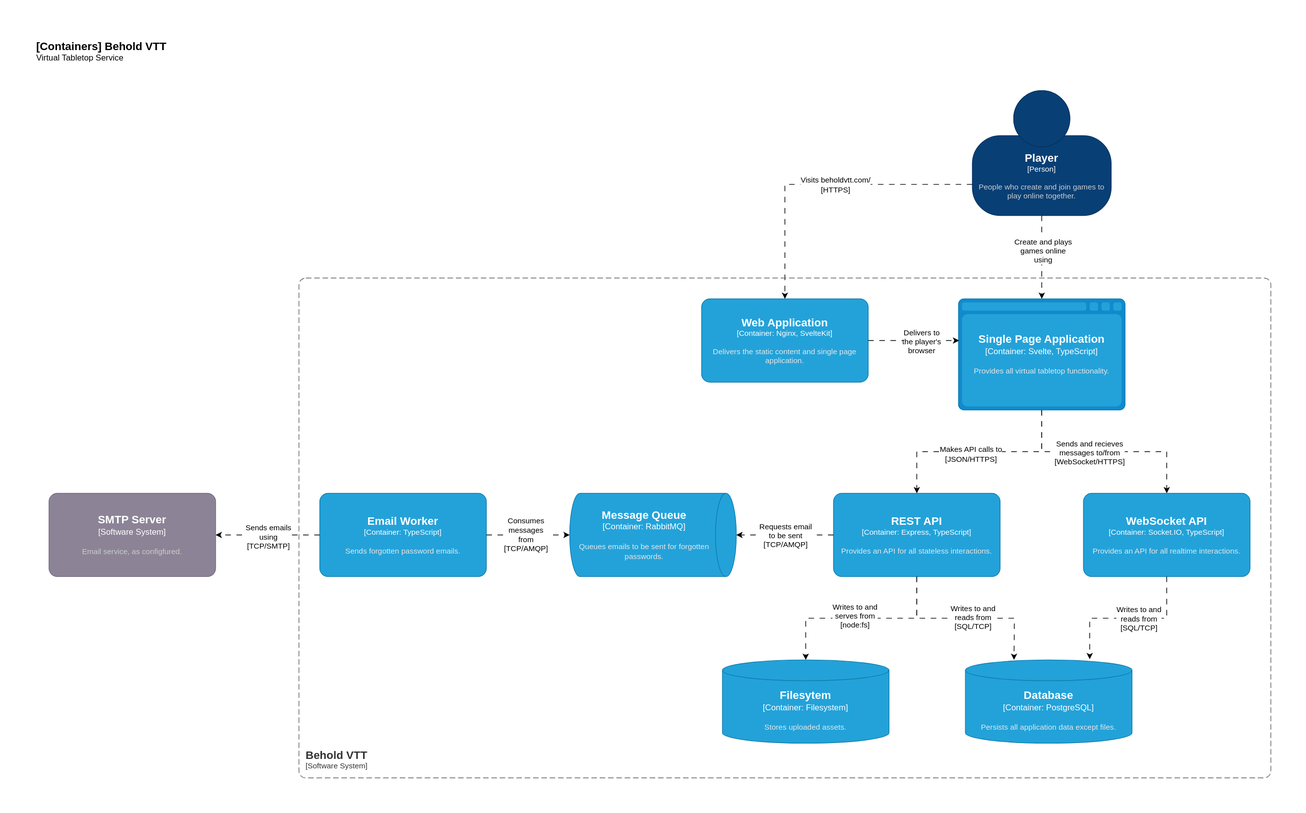
The draw.io diagram doc/images/c4-containers.drawio.svg in freeborough/behold, before a commit. Source tidied: cells renumbered, new cells last; positions are measured from the earlier drawing's top-left corner, leaving out a move shared by most shapes.
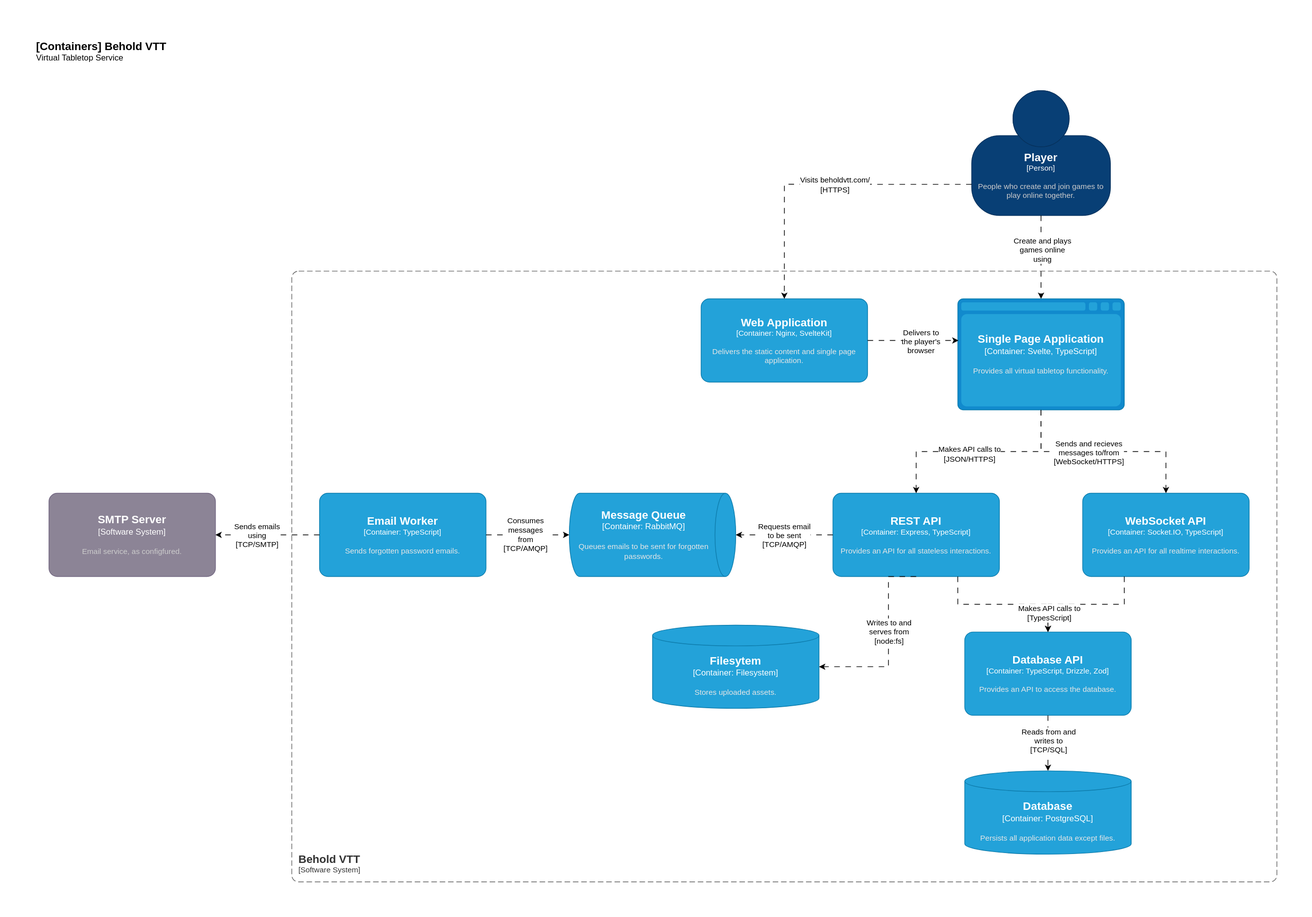
After the change.

Commit message:
Completed current versions of C4 Context, Container, and Components Diagrams.

Diff of the diagram source:
```diff
@@ -25,12 +25,12 @@
     </object>
     <object id="7" label="&lt;font style=&quot;font-size: 16px&quot;&gt;&lt;b&gt;%c4Name%&lt;/b&gt;&lt;/font&gt;&lt;div&gt;[%c4Type%:&amp;nbsp;%c4Technology%]&lt;/div&gt;&lt;br&gt;&lt;div&gt;&lt;font style=&quot;font-size: 11px&quot;&gt;&lt;font color=&quot;#E6E6E6&quot;&gt;%c4Description%&lt;/font&gt;&lt;/div&gt;" c4Description="Persists all application data except files." c4Name="Database" c4Technology="PostgreSQL" c4Type="Container" placeholders="1">
       <mxCell style="shape=cylinder3;size=15;whiteSpace=wrap;html=1;boundedLbl=1;rounded=0;labelBackgroundColor=none;fillColor=#23A2D9;fontSize=12;fontColor=#ffffff;align=center;strokeColor=#0E7DAD;points=[[0.5,0,0],[1,0.25,0],[1,0.5,0],[1,0.75,0],[0.5,1,0],[0,0.75,0],[0,0.5,0],[0,0.25,0]];" parent="1" vertex="1">
-        <mxGeometry x="1340" y="900" width="240" height="120" as="geometry" />
+        <mxGeometry x="1340" y="1060" width="240" height="120" as="geometry" />
       </mxCell>
     </object>
     <object id="8" label="&lt;font style=&quot;font-size: 16px&quot;&gt;&lt;b&gt;%c4Name%&lt;/b&gt;&lt;/font&gt;&lt;div&gt;[%c4Type%:&amp;nbsp;%c4Technology%]&lt;/div&gt;&lt;br&gt;&lt;div&gt;&lt;font style=&quot;font-size: 11px&quot;&gt;&lt;font color=&quot;#E6E6E6&quot;&gt;%c4Description%&lt;/font&gt;&lt;/div&gt;" c4Description="Stores uploaded assets." c4Name="Filesytem" c4Technology="Filesystem" c4Type="Container" placeholders="1">
       <mxCell style="shape=cylinder3;size=15;whiteSpace=wrap;html=1;boundedLbl=1;rounded=0;labelBackgroundColor=none;fillColor=#23A2D9;fontSize=12;fontColor=#ffffff;align=center;strokeColor=#0E7DAD;points=[[0.5,0,0],[1,0.25,0],[1,0.5,0],[1,0.75,0],[0.5,1,0],[0,0.75,0],[0,0.5,0],[0,0.25,0]];" parent="1" vertex="1">
-        <mxGeometry x="990" y="900" width="240" height="120" as="geometry" />
+        <mxGeometry x="890" y="850" width="240" height="120" as="geometry" />
       </mxCell>
     </object>
     <object id="9" label="&lt;font style=&quot;font-size: 16px&quot;&gt;&lt;b&gt;%c4Name%&lt;/b&gt;&lt;/font&gt;&lt;div&gt;[%c4Type%: %c4Technology%]&lt;/div&gt;&lt;br&gt;&lt;div&gt;&lt;font style=&quot;font-size: 11px&quot;&gt;&lt;font color=&quot;#E6E6E6&quot;&gt;%c4Description%&lt;/font&gt;&lt;/div&gt;" c4Description="Provides an API for all stateless interactions." c4Name="REST API" c4Technology="Express, TypeScript" c4Type="Container" placeholders="1">
@@ -76,33 +76,22 @@
     <mxCell id="19" value="Makes API calls to&lt;br&gt;[JSON/HTTPS]" style="edgeLabel;html=1;align=center;verticalAlign=middle;" parent="18" vertex="1">
       <mxGeometry x="0.09" y="3" relative="1" as="geometry" />
     </mxCell>
-    <mxCell id="20" style="edgeStyle=orthogonalEdgeStyle;rounded=0;jettySize=auto;html=1;exitX=0.5;exitY=1;exitDx=0;exitDy=0;exitPerimeter=0;entryX=0.746;entryY=-0.008;entryDx=0;entryDy=0;entryPerimeter=0;dashed=1;dashPattern=8 8;" parent="1" edge="1" source="10" target="7">
-      <mxGeometry relative="1" as="geometry" />
-    </mxCell>
-    <mxCell id="21" value="Writes to and&lt;br&gt;reads from&lt;br&gt;[SQL/TCP]" style="edgeLabel;html=1;align=center;verticalAlign=middle;" parent="20" vertex="1">
-      <mxGeometry x="-0.12" relative="1" as="geometry" />
-    </mxCell>
-    <mxCell id="22" style="edgeStyle=orthogonalEdgeStyle;rounded=0;jettySize=auto;html=1;exitX=0.5;exitY=1;exitDx=0;exitDy=0;exitPerimeter=0;dashed=1;dashPattern=8 8;" parent="1" edge="1" source="9">
-      <mxGeometry relative="1" as="geometry">
-        <mxPoint x="1410" y="900" as="targetPoint" />
-      </mxGeometry>
-    </mxCell>
-    <mxCell id="23" value="Writes to and&lt;br&gt;reads from&lt;br&gt;[SQL/TCP]" style="edgeLabel;html=1;align=center;verticalAlign=middle;" parent="22" vertex="1">
-      <mxGeometry x="-0.34" y="2" relative="1" as="geometry">
-        <mxPoint x="53" as="offset" />
-      </mxGeometry>
-    </mxCell>
-    <mxCell id="24" style="edgeStyle=orthogonalEdgeStyle;rounded=0;jettySize=auto;html=1;exitX=0.5;exitY=1;exitDx=0;exitDy=0;exitPerimeter=0;entryX=0.5;entryY=0;entryDx=0;entryDy=0;entryPerimeter=0;dashed=1;dashPattern=8 8;" parent="1" edge="1" source="9" target="8">
-      <mxGeometry relative="1" as="geometry" />
+    <mxCell id="24" style="edgeStyle=orthogonalEdgeStyle;rounded=0;jettySize=auto;html=1;exitX=0.5;exitY=1;exitDx=0;exitDy=0;exitPerimeter=0;entryX=1;entryY=0.5;entryDx=0;entryDy=0;entryPerimeter=0;dashed=1;dashPattern=8 8;" parent="1" edge="1" source="9" target="8">
+      <mxGeometry relative="1" as="geometry">
+        <Array as="points">
+          <mxPoint x="1230" y="780" />
+          <mxPoint x="1230" y="910" />
+        </Array>
+      </mxGeometry>
     </mxCell>
     <mxCell id="25" value="Writes to and&lt;br&gt;serves from&lt;br&gt;[node:fs]" style="edgeLabel;html=1;align=center;verticalAlign=middle;" parent="24" vertex="1">
       <mxGeometry x="0.18" y="-4" relative="1" as="geometry">
-        <mxPoint x="15" as="offset" />
+        <mxPoint x="4" y="-39" as="offset" />
       </mxGeometry>
     </mxCell>
     <object id="26" label="&lt;font style=&quot;font-size: 16px&quot;&gt;&lt;b&gt;&lt;div style=&quot;text-align: left&quot;&gt;%c4Name%&lt;/div&gt;&lt;/b&gt;&lt;/font&gt;&lt;div style=&quot;text-align: left&quot;&gt;[%c4Application%]&lt;/div&gt;" c4Application="Software System" c4Name="Behold VTT" c4Type="SystemScopeBoundary" placeholders="1">
       <mxCell style="rounded=1;fontSize=11;whiteSpace=wrap;html=1;dashed=1;arcSize=20;fillColor=none;strokeColor=#666666;fontColor=#333333;labelBackgroundColor=none;align=left;verticalAlign=bottom;labelBorderColor=none;spacingTop=0;spacing=10;dashPattern=8 4;perimeter=rectanglePerimeter;noLabel=0;labelPadding=0;absoluteArcSize=1;" parent="1" vertex="1">
-        <mxGeometry x="380" y="350" width="1400" height="720" as="geometry" />
+        <mxGeometry x="370" y="340" width="1420" height="880" as="geometry" />
       </mxCell>
     </object>
     <object id="27" label="&lt;font style=&quot;font-size: 16px&quot;&gt;&lt;b&gt;%c4Name%&lt;/b&gt;&lt;/font&gt;&lt;div&gt;[%c4Type%:&amp;nbsp;%c4Technology%]&lt;/div&gt;&lt;br&gt;&lt;div&gt;&lt;font style=&quot;font-size: 11px&quot;&gt;&lt;font color=&quot;#E6E6E6&quot;&gt;%c4Description%&lt;/font&gt;&lt;/div&gt;" c4Description="Queues emails to be sent for forgotten passwords." c4Name="Message Queue" c4Technology="RabbitMQ" c4Type="Container" placeholders="1">
@@ -138,7 +127,29 @@
       <mxGeometry relative="1" as="geometry" />
     </mxCell>
     <mxCell id="35" value="Sends emails&lt;br&gt;using&lt;br&gt;[TCP/SMTP]" style="edgeLabel;html=1;align=center;verticalAlign=middle;" parent="34" vertex="1">
-      <mxGeometry y="2" relative="1" as="geometry" />
+      <mxGeometry y="2" relative="1" as="geometry">
+        <mxPoint x="-15" y="-2" as="offset" />
+      </mxGeometry>
     </mxCell>
+    <object id="36" label="&lt;font style=&quot;font-size: 16px&quot;&gt;&lt;b&gt;%c4Name%&lt;/b&gt;&lt;/font&gt;&lt;div&gt;[%c4Type%: %c4Technology%]&lt;/div&gt;&lt;br&gt;&lt;div&gt;&lt;font style=&quot;font-size: 11px&quot;&gt;&lt;font color=&quot;#E6E6E6&quot;&gt;%c4Description%&lt;/font&gt;&lt;/div&gt;" c4Description="Provides an API to access the database." c4Name="Database API" c4Technology="TypeScript, Drizzle, Zod" c4Type="Container" placeholders="1">
+      <mxCell style="rounded=1;whiteSpace=wrap;html=1;fontSize=11;labelBackgroundColor=none;fillColor=#23A2D9;fontColor=#ffffff;align=center;arcSize=10;strokeColor=#0E7DAD;points=[[0.25,0,0],[0.5,0,0],[0.75,0,0],[1,0.25,0],[1,0.5,0],[1,0.75,0],[0.75,1,0],[0.5,1,0],[0.25,1,0],[0,0.75,0],[0,0.5,0],[0,0.25,0]];" parent="1" vertex="1">
+        <mxGeometry x="1340" y="860" width="240" height="120" as="geometry" />
+      </mxCell>
+    </object>
+    <mxCell id="37" style="edgeStyle=orthogonalEdgeStyle;rounded=0;jettySize=auto;html=1;exitX=0.75;exitY=1;exitDx=0;exitDy=0;exitPerimeter=0;entryX=0.5;entryY=0;entryDx=0;entryDy=0;entryPerimeter=0;dashed=1;dashPattern=8 8;" parent="1" edge="1" source="9" target="36">
+      <mxGeometry relative="1" as="geometry" />
+    </mxCell>
+    <mxCell id="38" style="edgeStyle=orthogonalEdgeStyle;rounded=0;jettySize=auto;html=1;exitX=0.25;exitY=1;exitDx=0;exitDy=0;exitPerimeter=0;entryX=0.5;entryY=0;entryDx=0;entryDy=0;entryPerimeter=0;dashed=1;dashPattern=8 8;" parent="1" edge="1" source="10" target="36">
+      <mxGeometry relative="1" as="geometry" />
+    </mxCell>
+    <mxCell id="39" value="Makes API calls to&lt;br&gt;[TypesScript]" style="edgeLabel;html=1;align=center;verticalAlign=middle;" parent="38" vertex="1">
+      <mxGeometry x="0.71" y="1" relative="1" as="geometry" />
+    </mxCell>
+    <mxCell id="40" style="edgeStyle=orthogonalEdgeStyle;rounded=0;jettySize=auto;html=1;exitX=0.5;exitY=1;exitDx=0;exitDy=0;exitPerimeter=0;entryX=0.5;entryY=0;entryDx=0;entryDy=0;entryPerimeter=0;dashed=1;dashPattern=8 8;" parent="1" edge="1" source="36" target="7">
+      <mxGeometry relative="1" as="geometry" />
+    </mxCell>
+    <mxCell id="41" value="Reads from and&lt;br&gt;writes to&lt;br&gt;[TCP/SQL]" style="edgeLabel;html=1;align=center;verticalAlign=middle;" parent="40" vertex="1">
+      <mxGeometry x="-0.07" relative="1" as="geometry" />
+    </mxCell>
   </root>
 </mxGraphModel>
```
